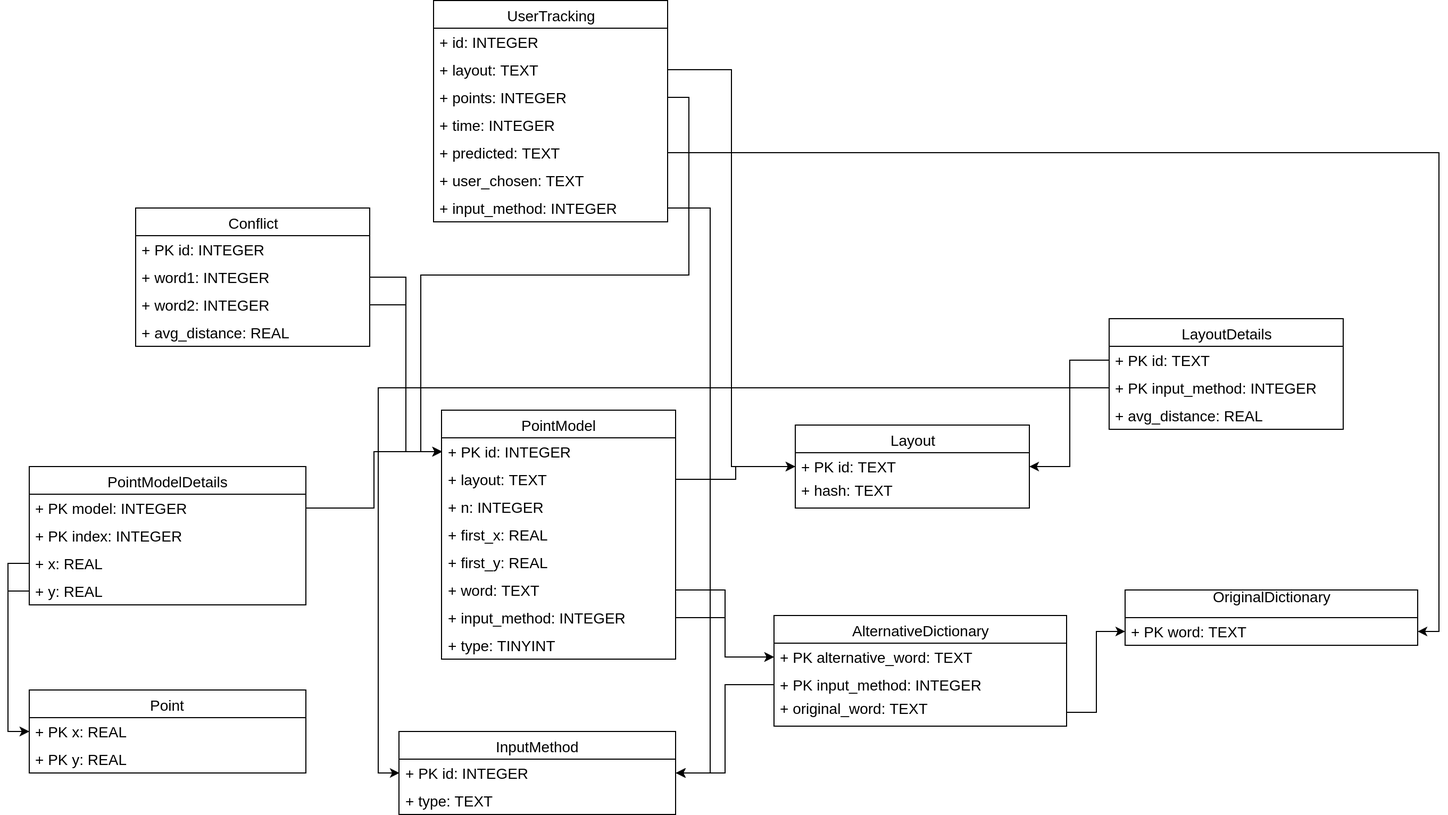
Above: serverDB.png in tienlocbui1110/Kele (draw.io), before the change. Source tidied: cells renumbered, new cells last; positions are measured from the earlier drawing's top-left corner, leaving out a move shared by most shapes.
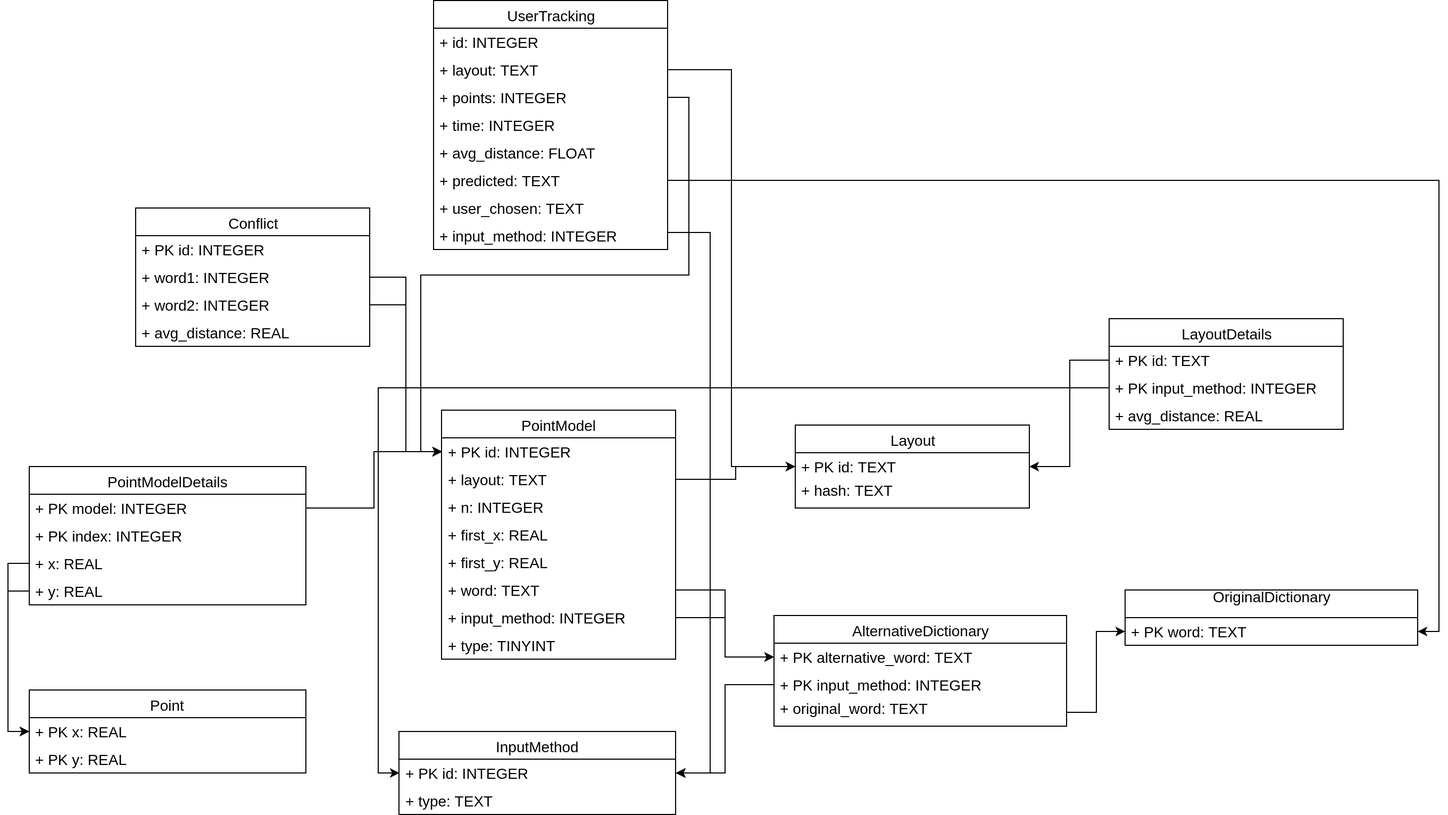
Later version of the same file.

Diff of the diagram source:
```diff
@@ -114,7 +114,7 @@
       <mxGeometry relative="1" as="geometry" />
     </mxCell>
     <mxCell id="39" value="UserTracking&lt;br&gt;" style="swimlane;fontStyle=0;horizontal=1;startSize=26;fillColor=none;fontSize=14;verticalAlign=middle;align=center;swimlaneLine=1;whiteSpace=wrap;html=1;" parent="1" vertex="1">
-      <mxGeometry x="380" width="220" height="208" as="geometry" />
+      <mxGeometry x="380" width="220" height="234" as="geometry" />
     </mxCell>
     <mxCell id="40" value="+ id: INTEGER&lt;br&gt;" style="text;strokeColor=none;fillColor=none;align=left;verticalAlign=middle;spacingLeft=4;spacingRight=4;overflow=hidden;fontSize=14;html=1;" parent="39" vertex="1">
       <mxGeometry y="26" width="220" height="26" as="geometry" />
@@ -128,14 +128,17 @@
     <mxCell id="43" value="+ time: INTEGER&lt;br&gt;" style="text;strokeColor=none;fillColor=none;align=left;verticalAlign=middle;spacingLeft=4;spacingRight=4;overflow=hidden;fontSize=14;html=1;" parent="39" vertex="1">
       <mxGeometry y="104" width="220" height="26" as="geometry" />
     </mxCell>
+    <mxCell id="64" value="+ avg_distance: FLOAT&lt;br&gt;" style="text;strokeColor=none;fillColor=none;align=left;verticalAlign=middle;spacingLeft=4;spacingRight=4;overflow=hidden;fontSize=14;html=1;" parent="39" vertex="1">
+      <mxGeometry y="130" width="220" height="26" as="geometry" />
+    </mxCell>
     <mxCell id="44" value="+ predicted: TEXT&lt;br&gt;" style="text;strokeColor=none;fillColor=none;align=left;verticalAlign=middle;spacingLeft=4;spacingRight=4;overflow=hidden;points=[[0,0.5],[1,0.5]];portConstraint=eastwest;fontSize=14;html=1;" parent="39" vertex="1">
-      <mxGeometry y="130" width="220" height="26" as="geometry" />
+      <mxGeometry y="156" width="220" height="26" as="geometry" />
     </mxCell>
     <mxCell id="45" value="+ user_chosen: TEXT&lt;br&gt;" style="text;strokeColor=none;fillColor=none;align=left;verticalAlign=middle;spacingLeft=4;spacingRight=4;overflow=hidden;fontSize=14;html=1;" parent="39" vertex="1">
-      <mxGeometry y="156" width="220" height="26" as="geometry" />
+      <mxGeometry y="182" width="220" height="26" as="geometry" />
     </mxCell>
     <mxCell id="46" value="+ input_method: INTEGER&lt;br&gt;" style="text;strokeColor=none;fillColor=none;align=left;verticalAlign=middle;spacingLeft=4;spacingRight=4;overflow=hidden;points=[[0,0.5],[1,0.5]];portConstraint=eastwest;fontSize=14;html=1;" parent="39" vertex="1">
-      <mxGeometry y="182" width="220" height="26" as="geometry" />
+      <mxGeometry y="208" width="220" height="26" as="geometry" />
     </mxCell>
     <mxCell id="47" style="edgeStyle=orthogonalEdgeStyle;rounded=0;jettySize=auto;html=1;entryX=0;entryY=0.5;entryDx=0;entryDy=0;" parent="1" edge="1" source="41" target="3">
       <mxGeometry relative="1" as="geometry" />
@@ -188,7 +191,7 @@
     <mxCell id="63" style="edgeStyle=orthogonalEdgeStyle;rounded=0;jettySize=auto;html=1;" parent="1" edge="1" source="46" target="8">
       <mxGeometry relative="1" as="geometry">
         <Array as="points">
-          <mxPoint x="640" y="195" />
+          <mxPoint x="640" y="218" />
           <mxPoint x="640" y="726" />
         </Array>
       </mxGeometry>
```
